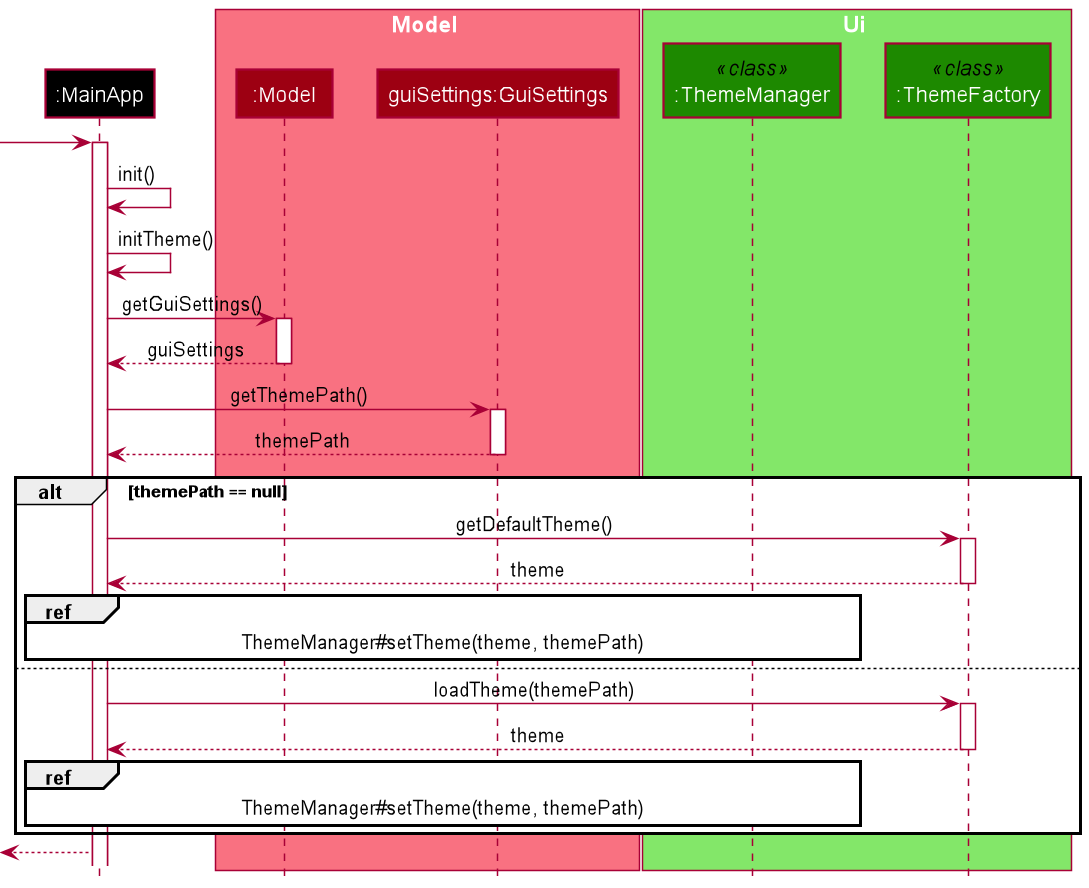
nus-cs2103-AY2021S2/tp keeps this PlantUML diagram as docs/images/ThemeInitializationSequenceDiagram.png. Above is the earlier version.
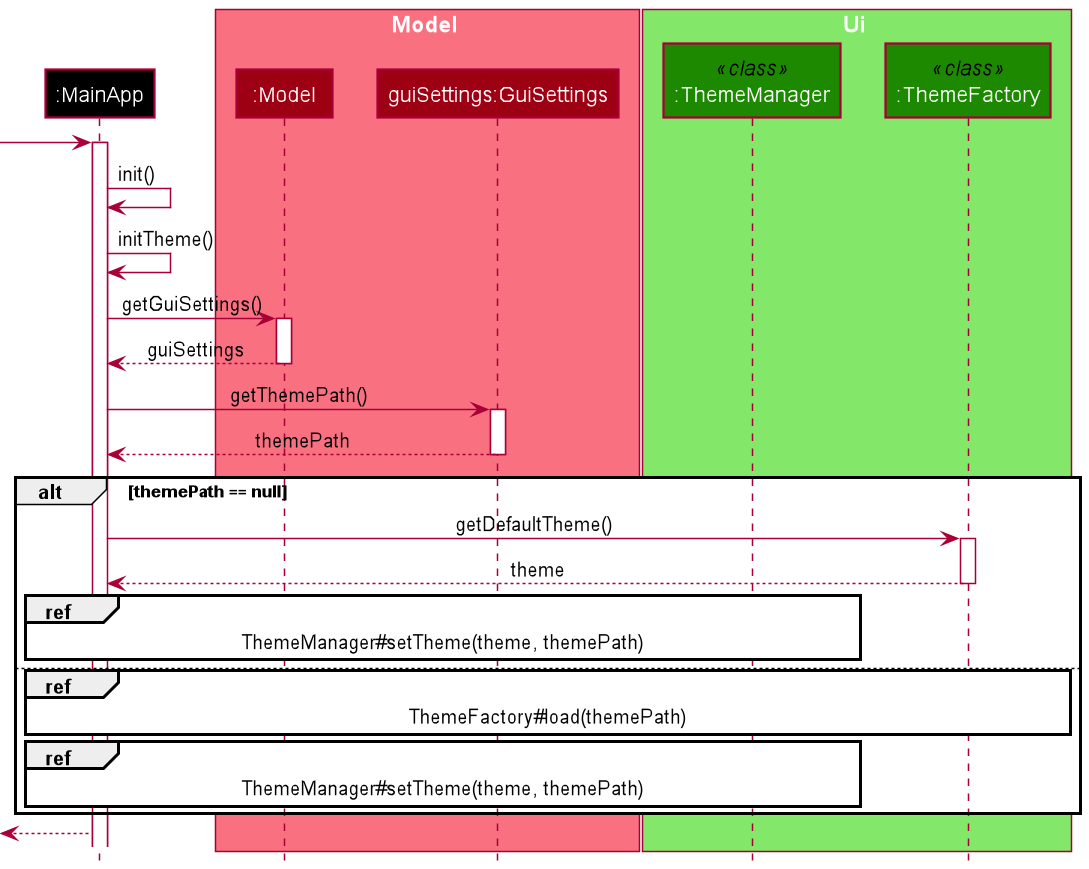
Later version of the same file.

Commit message:
Update theme dg to include predefined themes

Change to the diagram source:
```diff
@@ -50,13 +50,8 @@
 
     ref over MainApp, ThemeManager : ThemeManager#setTheme(theme, themePath)
 else
-    MainApp -> ThemeFactory : loadTheme(themePath)
 
-    activate ThemeFactory
-
-    ThemeFactory --> MainApp : theme
-
-    deactivate ThemeFactory
+    ref over MainApp, ThemeFactory : ThemeFactory#load(themePath)
 
     ref over MainApp, ThemeManager : ThemeManager#setTheme(theme, themePath)
 end
```
